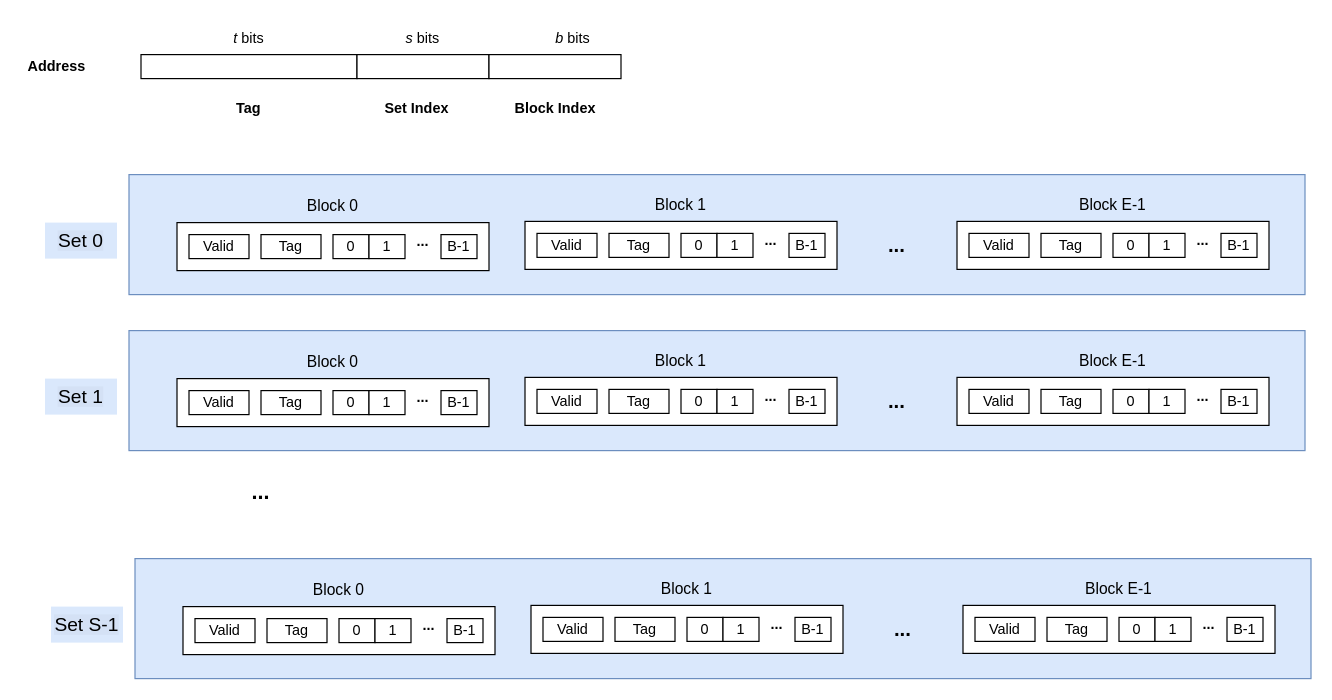
kevingechen/drawio keeps this draw.io diagram as csapp/general_cache_org.drawio. Above is the earlier version. Source tidied: cells renumbered, new cells numbered last; positions are measured from the earlier drawing's top-left corner, leaving out a move shared by most shapes. Both pictures are drawn from the tidied source at 120%, with x=0, y=0 at pixel (20, 20).
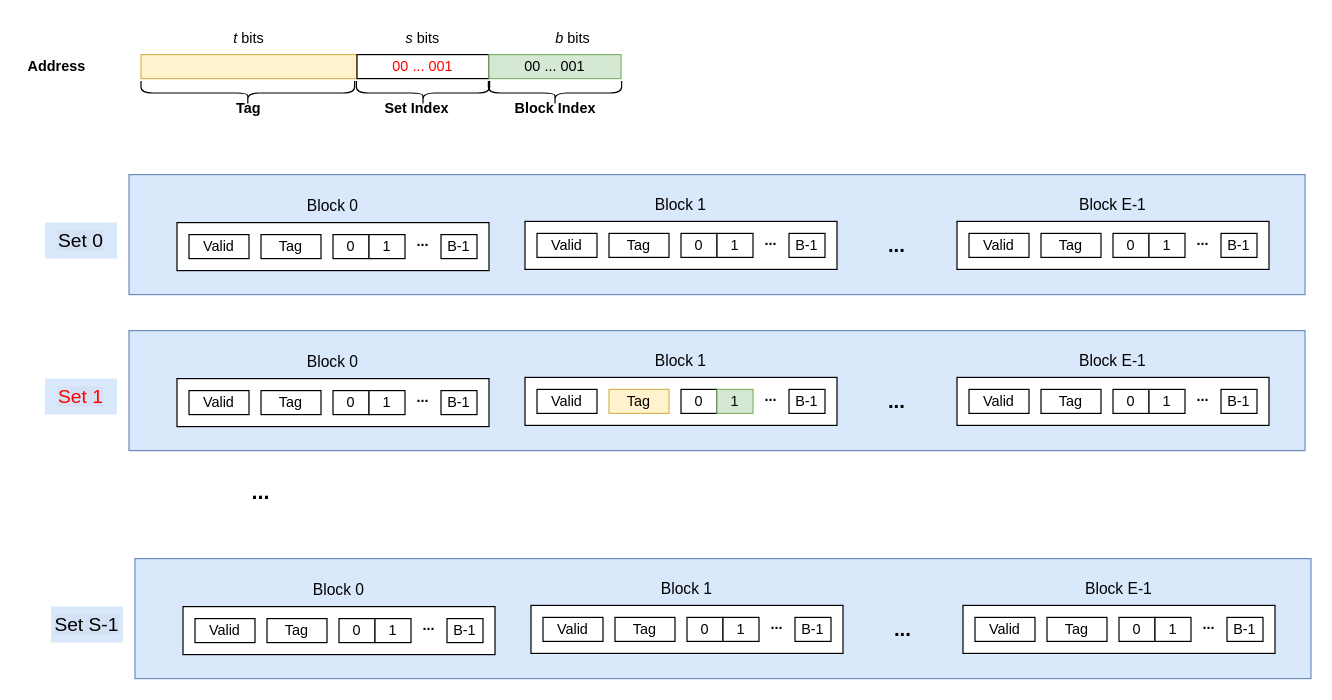
Above is the later version.

Commit message:
add annotation to address segments

The change refers to these unchanged cells:
```xml
<mxCell id="49" style="group;" parent="1" vertex="1">
  <mxGeometry x="420" y="268" width="260" height="69" as="geometry" />
</mxCell>
```

Diff of the diagram source:
```diff
@@
-    <mxCell id="3" style="rounded=0;whiteSpace=wrap;html=1;" parent="1" vertex="1">
+    <mxCell id="3" style="rounded=0;whiteSpace=wrap;html=1;fillColor=#fff2cc;strokeColor=#d6b656;" parent="1" vertex="1">
       <mxGeometry x="100" y="28" width="180" height="20" as="geometry" />
     </mxCell>
-    <mxCell id="4" style="rounded=0;whiteSpace=wrap;html=1;" parent="1" vertex="1">
+    <mxCell id="4" value="&lt;font color=&quot;#ff0000&quot;&gt;00 ... 001&lt;/font&gt;" style="rounded=0;whiteSpace=wrap;html=1;" parent="1" vertex="1">
       <mxGeometry x="280" y="28" width="110" height="20" as="geometry" />
     </mxCell>
-    <mxCell id="5" style="rounded=0;whiteSpace=wrap;html=1;" parent="1" vertex="1">
+    <mxCell id="5" value="00 ... 001" style="rounded=0;whiteSpace=wrap;html=1;fillColor=#d5e8d4;strokeColor=#82b366;" parent="1" vertex="1">
       <mxGeometry x="390" y="28" width="110" height="20" as="geometry" />
     </mxCell>
@@
-    <mxCell id="52" value="Tag" style="rounded=0;whiteSpace=wrap;html=1;" parent="49" vertex="1">
+    <mxCell id="52" value="Tag" style="rounded=0;whiteSpace=wrap;html=1;fillColor=#fff2cc;strokeColor=#d6b656;" parent="49" vertex="1">
       <mxGeometry x="70" y="39" width="50" height="20" as="geometry" />
     </mxCell>
@@
-    <mxCell id="55" value="1" style="rounded=0;whiteSpace=wrap;html=1;" parent="49" vertex="1">
+    <mxCell id="55" value="1" style="rounded=0;whiteSpace=wrap;html=1;fillColor=#d5e8d4;strokeColor=#82b366;" parent="49" vertex="1">
       <mxGeometry x="160" y="39" width="30" height="20" as="geometry" />
     </mxCell>
@@
-    <mxCell id="68" value="&lt;font style=&quot;background-color: rgb(212, 225, 245); font-size: 16px;&quot;&gt;Set 1&lt;/font&gt;" style="text;html=1;strokeColor=none;fillColor=#dae8fc;align=center;verticalAlign=middle;whiteSpace=wrap;rounded=0;" parent="1" vertex="1">
+    <mxCell id="68" value="&lt;font color=&quot;#ff0000&quot; style=&quot;background-color: rgb(212, 225, 245); font-size: 16px;&quot;&gt;Set 1&lt;/font&gt;" style="text;html=1;strokeColor=none;fillColor=#dae8fc;align=center;verticalAlign=middle;whiteSpace=wrap;rounded=0;" parent="1" vertex="1">
       <mxGeometry x="20" y="298" width="60" height="30" as="geometry" />
     </mxCell>
@@
+    <mxCell id="103" style="shape=curlyBracket;whiteSpace=wrap;html=1;rounded=1;flipH=1;labelPosition=right;verticalLabelPosition=middle;align=left;verticalAlign=middle;rotation=90;" parent="1" vertex="1">
+      <mxGeometry x="179" y="-29" width="20" height="178" as="geometry" />
+    </mxCell>
+    <mxCell id="104" style="shape=curlyBracket;whiteSpace=wrap;html=1;rounded=1;flipH=1;labelPosition=right;verticalLabelPosition=middle;align=left;verticalAlign=middle;rotation=90;" parent="1" vertex="1">
+      <mxGeometry x="325" y="4.5" width="20" height="111" as="geometry" />
+    </mxCell>
+    <mxCell id="105" style="shape=curlyBracket;whiteSpace=wrap;html=1;rounded=1;flipH=1;labelPosition=right;verticalLabelPosition=middle;align=left;verticalAlign=middle;rotation=90;" parent="1" vertex="1">
+      <mxGeometry x="435" y="4.5" width="20" height="111" as="geometry" />
+    </mxCell>
```
